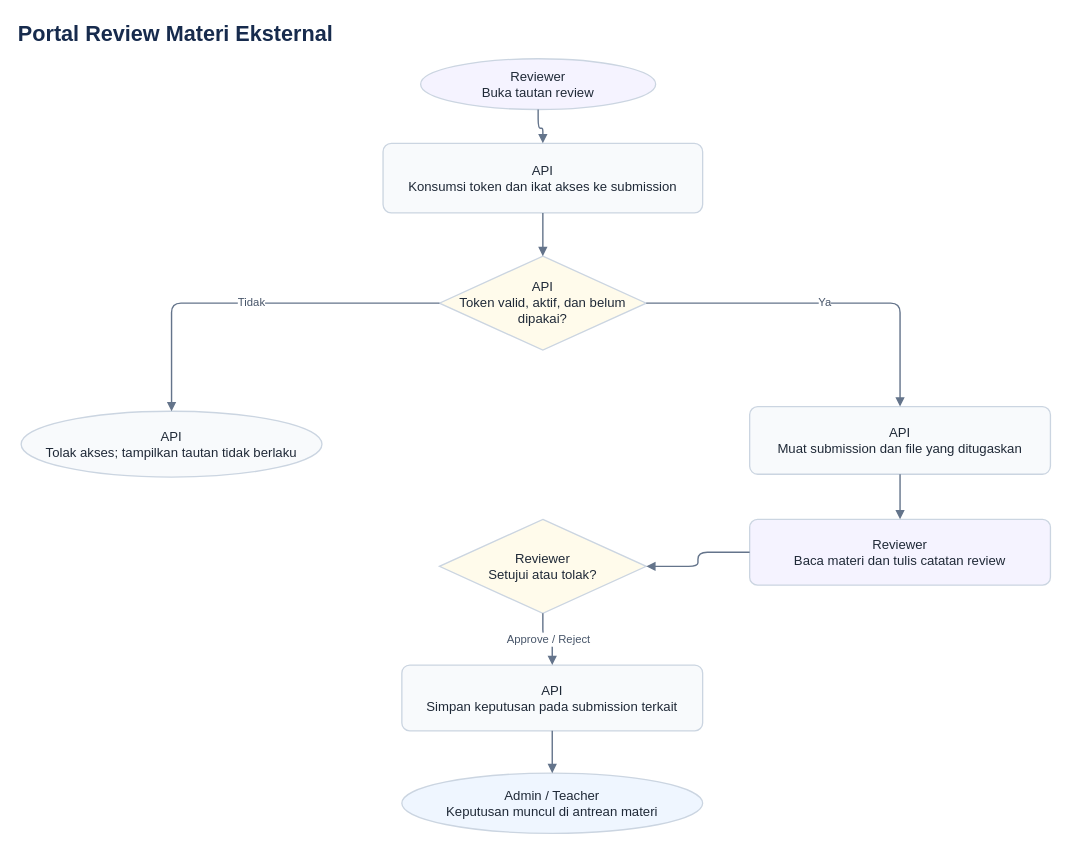
This is docs/diagrams/07-reviewer-portal.drawio from ammarmfirdaus-hue/DENSO-LMS, a draw.io file, before an edit. Source tidied: cells renumbered, new cells numbered last; positions are measured from the earlier drawing's top-left corner, leaving out a move shared by most shapes. Both pictures are drawn from the tidied source at 94%, with x=0, y=0 at pixel (16, 16).
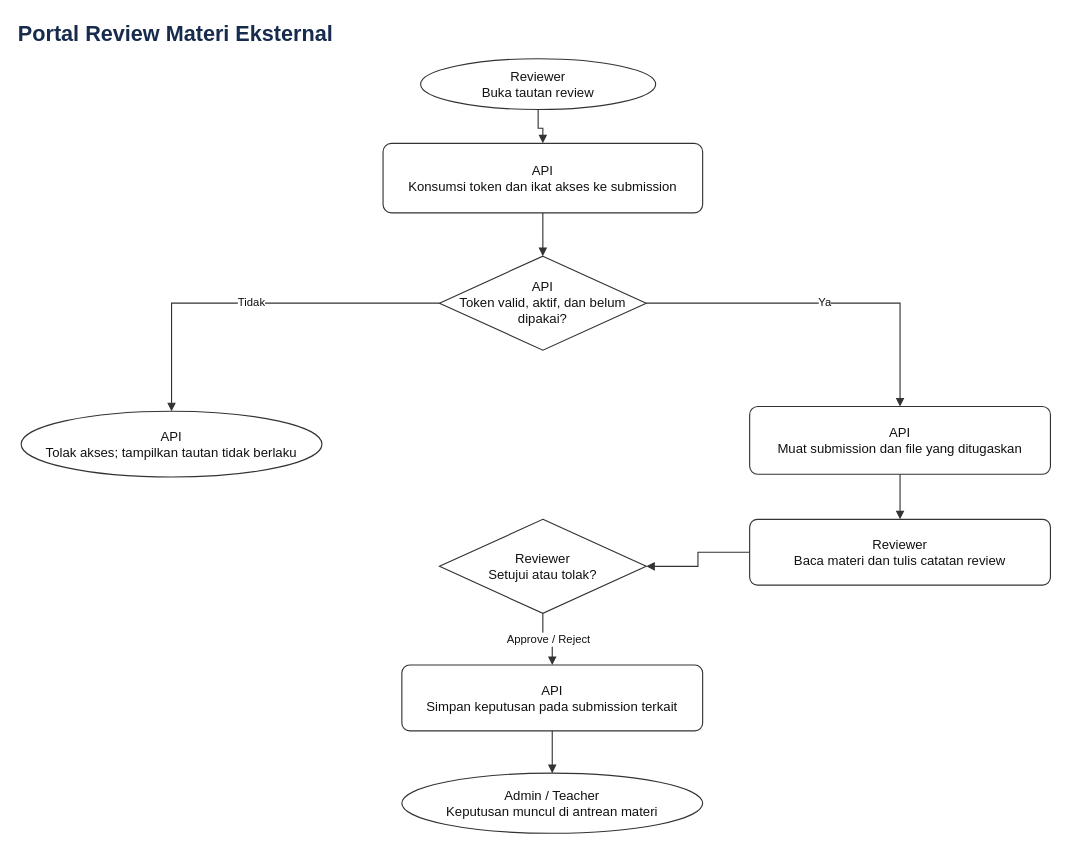
The same page after the edit.

What changed in the source:
```diff
@@
 <mxGraphModel>
   <root>
     <mxCell id="0" />
     <mxCell id="1" parent="0" />
     <mxCell id="2" value="Portal Review Materi Eksternal" style="text;html=1;align=left;verticalAlign=middle;whiteSpace=wrap;rounded=0;strokeColor=none;fillColor=none;fontSize=23;fontStyle=1;fontColor=#172b4d;" parent="1" vertex="1">
       <mxGeometry width="1120" height="38" as="geometry" />
     </mxCell>
-    <mxCell id="3" value="Reviewer&#10;Buka tautan review" style="shape=ellipse;whiteSpace=wrap;html=1;align=center;verticalAlign=middle;strokeColor=#cbd5e1;strokeWidth=1.4;fillColor=#f5f3ff;fontColor=#1f2937;fontSize=14;spacing=8;shadow=0;" parent="1" vertex="1">
+    <mxCell id="3" value="Reviewer&#10;Buka tautan review" style="shape=ellipse;whiteSpace=wrap;html=1;align=center;verticalAlign=middle;strokeColor=#333333;strokeWidth=1.2;fillColor=#ffffff;fontColor=#111111;fontSize=14;spacing=8;shadow=0;" parent="1" vertex="1">
       <mxGeometry x="430" y="45" width="250" height="54" as="geometry" />
     </mxCell>
-    <mxCell id="4" value="API&#10;Konsumsi token dan ikat akses ke submission" style="rounded=1;arcSize=12;whiteSpace=wrap;html=1;align=center;verticalAlign=middle;strokeColor=#cbd5e1;strokeWidth=1.4;fillColor=#f8fafc;fontColor=#1f2937;fontSize=14;spacing=8;shadow=0;" parent="1" vertex="1">
+    <mxCell id="4" value="API&#10;Konsumsi token dan ikat akses ke submission" style="rounded=1;arcSize=12;whiteSpace=wrap;html=1;align=center;verticalAlign=middle;strokeColor=#333333;strokeWidth=1.2;fillColor=#ffffff;fontColor=#111111;fontSize=14;spacing=8;shadow=0;" parent="1" vertex="1">
       <mxGeometry x="390" y="135" width="340" height="74" as="geometry" />
     </mxCell>
-    <mxCell id="5" value="API&#10;Token valid, aktif, dan belum dipakai?" style="shape=rhombus;whiteSpace=wrap;html=1;align=center;verticalAlign=middle;strokeColor=#cbd5e1;strokeWidth=1.4;fillColor=#fffbeb;fontColor=#1f2937;fontSize=14;spacing=8;shadow=0;" parent="1" vertex="1">
+    <mxCell id="5" value="API&#10;Token valid, aktif, dan belum dipakai?" style="shape=rhombus;whiteSpace=wrap;html=1;align=center;verticalAlign=middle;strokeColor=#333333;strokeWidth=1.2;fillColor=#ffffff;fontColor=#111111;fontSize=14;spacing=8;shadow=0;" parent="1" vertex="1">
       <mxGeometry x="450" y="255" width="220" height="100" as="geometry" />
     </mxCell>
-    <mxCell id="6" value="API&#10;Tolak akses; tampilkan tautan tidak berlaku" style="shape=ellipse;whiteSpace=wrap;html=1;align=center;verticalAlign=middle;strokeColor=#cbd5e1;strokeWidth=1.4;fillColor=#f8fafc;fontColor=#1f2937;fontSize=14;spacing=8;shadow=0;" parent="1" vertex="1">
+    <mxCell id="6" value="API&#10;Tolak akses; tampilkan tautan tidak berlaku" style="shape=ellipse;whiteSpace=wrap;html=1;align=center;verticalAlign=middle;strokeColor=#333333;strokeWidth=1.2;fillColor=#ffffff;fontColor=#111111;fontSize=14;spacing=8;shadow=0;" parent="1" vertex="1">
       <mxGeometry x="5" y="420" width="320" height="70" as="geometry" />
     </mxCell>
-    <mxCell id="7" value="API&#10;Muat submission dan file yang ditugaskan" style="rounded=1;arcSize=12;whiteSpace=wrap;html=1;align=center;verticalAlign=middle;strokeColor=#cbd5e1;strokeWidth=1.4;fillColor=#f8fafc;fontColor=#1f2937;fontSize=14;spacing=8;shadow=0;" parent="1" vertex="1">
+    <mxCell id="7" value="API&#10;Muat submission dan file yang ditugaskan" style="rounded=1;arcSize=12;whiteSpace=wrap;html=1;align=center;verticalAlign=middle;strokeColor=#333333;strokeWidth=1.2;fillColor=#ffffff;fontColor=#111111;fontSize=14;spacing=8;shadow=0;" parent="1" vertex="1">
       <mxGeometry x="780" y="415" width="320" height="72" as="geometry" />
     </mxCell>
-    <mxCell id="8" value="Reviewer&#10;Baca materi dan tulis catatan review" style="rounded=1;arcSize=12;whiteSpace=wrap;html=1;align=center;verticalAlign=middle;strokeColor=#cbd5e1;strokeWidth=1.4;fillColor=#f5f3ff;fontColor=#1f2937;fontSize=14;spacing=8;shadow=0;" parent="1" vertex="1">
+    <mxCell id="8" value="Reviewer&#10;Baca materi dan tulis catatan review" style="rounded=1;arcSize=12;whiteSpace=wrap;html=1;align=center;verticalAlign=middle;strokeColor=#333333;strokeWidth=1.2;fillColor=#ffffff;fontColor=#111111;fontSize=14;spacing=8;shadow=0;" parent="1" vertex="1">
       <mxGeometry x="780" y="535" width="320" height="70" as="geometry" />
     </mxCell>
-    <mxCell id="9" value="Reviewer&#10;Setujui atau tolak?" style="shape=rhombus;whiteSpace=wrap;html=1;align=center;verticalAlign=middle;strokeColor=#cbd5e1;strokeWidth=1.4;fillColor=#fffbeb;fontColor=#1f2937;fontSize=14;spacing=8;shadow=0;" parent="1" vertex="1">
+    <mxCell id="9" value="Reviewer&#10;Setujui atau tolak?" style="shape=rhombus;whiteSpace=wrap;html=1;align=center;verticalAlign=middle;strokeColor=#333333;strokeWidth=1.2;fillColor=#ffffff;fontColor=#111111;fontSize=14;spacing=8;shadow=0;" parent="1" vertex="1">
       <mxGeometry x="450" y="535" width="220" height="100" as="geometry" />
     </mxCell>
-    <mxCell id="10" value="API&#10;Simpan keputusan pada submission terkait" style="rounded=1;arcSize=12;whiteSpace=wrap;html=1;align=center;verticalAlign=middle;strokeColor=#cbd5e1;strokeWidth=1.4;fillColor=#f8fafc;fontColor=#1f2937;fontSize=14;spacing=8;shadow=0;" parent="1" vertex="1">
+    <mxCell id="10" value="API&#10;Simpan keputusan pada submission terkait" style="rounded=1;arcSize=12;whiteSpace=wrap;html=1;align=center;verticalAlign=middle;strokeColor=#333333;strokeWidth=1.2;fillColor=#ffffff;fontColor=#111111;fontSize=14;spacing=8;shadow=0;" parent="1" vertex="1">
       <mxGeometry x="410" y="690" width="320" height="70" as="geometry" />
     </mxCell>
-    <mxCell id="11" value="Admin / Teacher&#10;Keputusan muncul di antrean materi" style="shape=ellipse;whiteSpace=wrap;html=1;align=center;verticalAlign=middle;strokeColor=#cbd5e1;strokeWidth=1.4;fillColor=#eff6ff;fontColor=#1f2937;fontSize=14;spacing=8;shadow=0;" parent="1" vertex="1">
+    <mxCell id="11" value="Admin / Teacher&#10;Keputusan muncul di antrean materi" style="shape=ellipse;whiteSpace=wrap;html=1;align=center;verticalAlign=middle;strokeColor=#333333;strokeWidth=1.2;fillColor=#ffffff;fontColor=#111111;fontSize=14;spacing=8;shadow=0;" parent="1" vertex="1">
       <mxGeometry x="410" y="805" width="320" height="64" as="geometry" />
     </mxCell>
-    <mxCell id="12" style="edgeStyle=orthogonalEdgeStyle;rounded=1;jettySize=auto;html=1;strokeColor=#64748b;strokeWidth=1.5;fontColor=#475569;fontSize=12;labelBackgroundColor=#ffffff;endArrow=block;endFill=1;" parent="1" edge="1" source="3" target="4">
+    <mxCell id="12" style="edgeStyle=orthogonalEdgeStyle;rounded=0;jettySize=auto;html=1;strokeColor=#333333;strokeWidth=1.2;fontColor=#111111;fontSize=12;labelBackgroundColor=#ffffff;endArrow=block;endFill=1;" parent="1" edge="1" source="3" target="4">
       <mxGeometry relative="1" as="geometry" />
     </mxCell>
-    <mxCell id="13" style="edgeStyle=orthogonalEdgeStyle;rounded=1;jettySize=auto;html=1;strokeColor=#64748b;strokeWidth=1.5;fontColor=#475569;fontSize=12;labelBackgroundColor=#ffffff;endArrow=block;endFill=1;" parent="1" edge="1" source="4" target="5">
+    <mxCell id="13" style="edgeStyle=orthogonalEdgeStyle;rounded=0;jettySize=auto;html=1;strokeColor=#333333;strokeWidth=1.2;fontColor=#111111;fontSize=12;labelBackgroundColor=#ffffff;endArrow=block;endFill=1;" parent="1" edge="1" source="4" target="5">
       <mxGeometry relative="1" as="geometry" />
     </mxCell>
-    <mxCell id="14" value="Ya" style="edgeStyle=orthogonalEdgeStyle;rounded=1;jettySize=auto;html=1;strokeColor=#64748b;strokeWidth=1.5;fontColor=#475569;fontSize=12;labelBackgroundColor=#ffffff;endArrow=block;endFill=1;" parent="1" edge="1" source="5" target="7">
+    <mxCell id="14" value="Ya" style="edgeStyle=orthogonalEdgeStyle;rounded=0;jettySize=auto;html=1;strokeColor=#333333;strokeWidth=1.2;fontColor=#111111;fontSize=12;labelBackgroundColor=#ffffff;endArrow=block;endFill=1;" parent="1" edge="1" source="5" target="7">
       <mxGeometry relative="1" as="geometry" />
     </mxCell>
-    <mxCell id="15" value="Tidak" style="edgeStyle=orthogonalEdgeStyle;rounded=1;jettySize=auto;html=1;strokeColor=#64748b;strokeWidth=1.5;fontColor=#475569;fontSize=12;labelBackgroundColor=#ffffff;endArrow=block;endFill=1;" parent="1" edge="1" source="5" target="6">
+    <mxCell id="15" value="Tidak" style="edgeStyle=orthogonalEdgeStyle;rounded=0;jettySize=auto;html=1;strokeColor=#333333;strokeWidth=1.2;fontColor=#111111;fontSize=12;labelBackgroundColor=#ffffff;endArrow=block;endFill=1;" parent="1" edge="1" source="5" target="6">
       <mxGeometry relative="1" as="geometry" />
     </mxCell>
-    <mxCell id="16" style="edgeStyle=orthogonalEdgeStyle;rounded=1;jettySize=auto;html=1;strokeColor=#64748b;strokeWidth=1.5;fontColor=#475569;fontSize=12;labelBackgroundColor=#ffffff;endArrow=block;endFill=1;" parent="1" edge="1" source="7" target="8">
+    <mxCell id="16" style="edgeStyle=orthogonalEdgeStyle;rounded=0;jettySize=auto;html=1;strokeColor=#333333;strokeWidth=1.2;fontColor=#111111;fontSize=12;labelBackgroundColor=#ffffff;endArrow=block;endFill=1;" parent="1" edge="1" source="7" target="8">
       <mxGeometry relative="1" as="geometry" />
     </mxCell>
-    <mxCell id="17" style="edgeStyle=orthogonalEdgeStyle;rounded=1;jettySize=auto;html=1;strokeColor=#64748b;strokeWidth=1.5;fontColor=#475569;fontSize=12;labelBackgroundColor=#ffffff;endArrow=block;endFill=1;" parent="1" edge="1" source="8" target="9">
+    <mxCell id="17" style="edgeStyle=orthogonalEdgeStyle;rounded=0;jettySize=auto;html=1;strokeColor=#333333;strokeWidth=1.2;fontColor=#111111;fontSize=12;labelBackgroundColor=#ffffff;endArrow=block;endFill=1;" parent="1" edge="1" source="8" target="9">
       <mxGeometry relative="1" as="geometry" />
     </mxCell>
-    <mxCell id="18" value="Approve / Reject" style="edgeStyle=orthogonalEdgeStyle;rounded=1;jettySize=auto;html=1;strokeColor=#64748b;strokeWidth=1.5;fontColor=#475569;fontSize=12;labelBackgroundColor=#ffffff;endArrow=block;endFill=1;" parent="1" edge="1" source="9" target="10">
+    <mxCell id="18" value="Approve / Reject" style="edgeStyle=orthogonalEdgeStyle;rounded=0;jettySize=auto;html=1;strokeColor=#333333;strokeWidth=1.2;fontColor=#111111;fontSize=12;labelBackgroundColor=#ffffff;endArrow=block;endFill=1;" parent="1" edge="1" source="9" target="10">
       <mxGeometry relative="1" as="geometry" />
     </mxCell>
-    <mxCell id="19" style="edgeStyle=orthogonalEdgeStyle;rounded=1;jettySize=auto;html=1;strokeColor=#64748b;strokeWidth=1.5;fontColor=#475569;fontSize=12;labelBackgroundColor=#ffffff;endArrow=block;endFill=1;" parent="1" edge="1" source="10" target="11">
+    <mxCell id="19" style="edgeStyle=orthogonalEdgeStyle;rounded=0;jettySize=auto;html=1;strokeColor=#333333;strokeWidth=1.2;fontColor=#111111;fontSize=12;labelBackgroundColor=#ffffff;endArrow=block;endFill=1;" parent="1" edge="1" source="10" target="11">
       <mxGeometry relative="1" as="geometry" />
     </mxCell>
   </root>
 </mxGraphModel>
```
